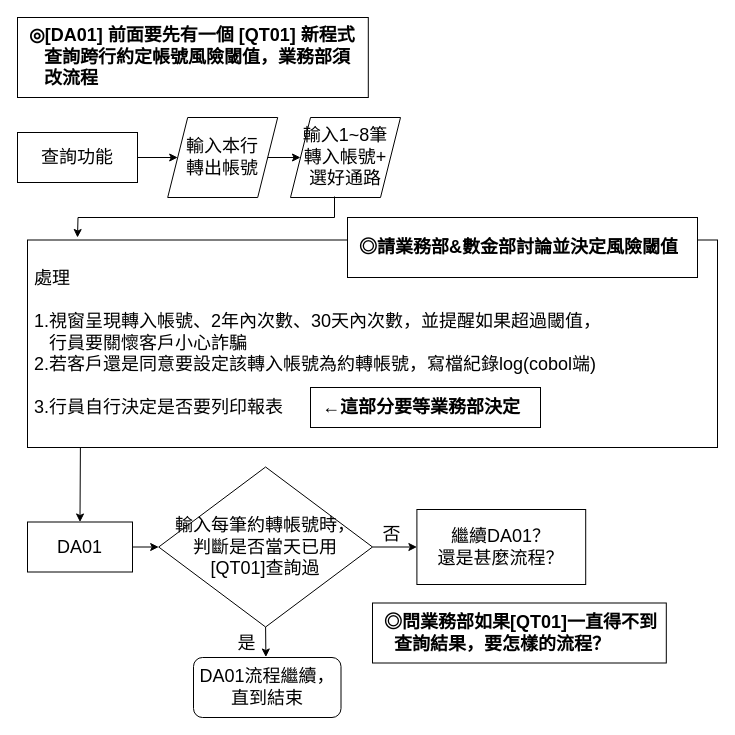
yeahyeah0606/yeahyeah0606.github.io keeps this draw.io diagram as page "查詢(新版)for業務部" (8 of 10) of 約轉灰名單架構.drawio. Above is the earlier version. Source tidied: cells renumbered, new cells numbered last; positions are measured from the earlier drawing's top-left corner, leaving out a move shared by most shapes. Both pictures are drawn from the tidied source at 100%, with x=0, y=0 at pixel (17, 17).
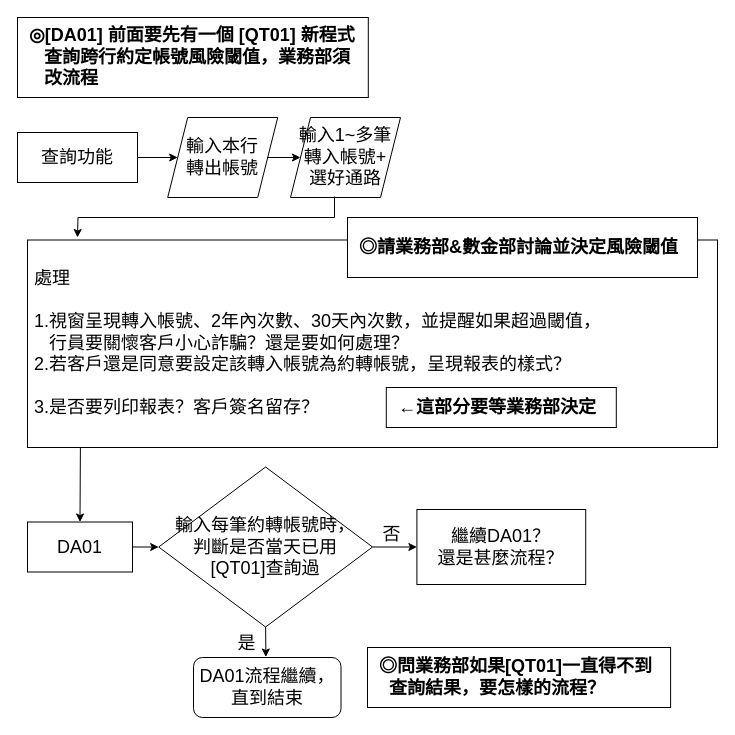
Above is the later version.

The edit, as a diff of the source:
```diff
@@
-    <mxCell id="3" value="&lt;font style=&quot;font-size: 18px;&quot;&gt;輸入1~8筆&lt;br&gt;轉入帳號+&lt;br&gt;選好通路&lt;/font&gt;" style="shape=parallelogram;perimeter=parallelogramPerimeter;whiteSpace=wrap;html=1;fixedSize=1;" parent="1" vertex="1">
+    <mxCell id="3" value="&lt;font style=&quot;font-size: 18px;&quot;&gt;輸入1~多筆&lt;br&gt;轉入帳號+&lt;br&gt;選好通路&lt;/font&gt;" style="shape=parallelogram;perimeter=parallelogramPerimeter;whiteSpace=wrap;html=1;fixedSize=1;" parent="1" vertex="1">
       <mxGeometry x="273" y="100" width="110" height="80" as="geometry" />
     </mxCell>
@@
-    <mxCell id="5" value="&lt;font style=&quot;font-size: 18px;&quot;&gt;&amp;nbsp;處理&amp;nbsp;&lt;br&gt;&lt;br&gt;&amp;nbsp;1.&lt;/font&gt;&lt;font style=&quot;font-size: 18px;&quot;&gt;視窗呈現轉入帳號、2年內次數、30天內次數，並提醒如果超過閾值，&lt;br&gt;&amp;nbsp; &amp;nbsp; 行員要關懷客戶小心詐騙&lt;br&gt;&amp;nbsp;2.若客戶還是同意要設定該轉入帳號為約轉帳號，寫檔紀錄log(cobol端)&lt;br&gt;&lt;br&gt;&amp;nbsp;3.行員自行決定是否要列印報表&lt;br&gt;&lt;/font&gt;" style="rounded=0;whiteSpace=wrap;html=1;align=left;" parent="1" vertex="1">
+    <mxCell id="5" value="&lt;font style=&quot;font-size: 18px;&quot;&gt;&amp;nbsp;處理&amp;nbsp;&lt;br&gt;&lt;br&gt;&amp;nbsp;1.&lt;/font&gt;&lt;font style=&quot;font-size: 18px;&quot;&gt;視窗呈現轉入帳號、2年內次數、30天內次數，並提醒如果超過閾值，&lt;br&gt;&amp;nbsp; &amp;nbsp; 行員要關懷客戶小心詐騙？還是要如何處理？&lt;br&gt;&amp;nbsp;2.若客戶還是同意要設定該轉入帳號為約轉帳號，呈現報表的樣式？&lt;br&gt;&lt;br&gt;&amp;nbsp;3.是否要列印報表？客戶簽名留存？&lt;br&gt;&lt;/font&gt;" style="rounded=0;whiteSpace=wrap;html=1;align=left;" parent="1" vertex="1">
       <mxGeometry x="10" y="222.5" width="690" height="207.5" as="geometry" />
     </mxCell>
@@
     <mxCell id="17" value="&lt;font style=&quot;&quot;&gt;&lt;b style=&quot;font-size: 18px;&quot;&gt;&amp;nbsp; ◎問&lt;/b&gt;&lt;b&gt;&lt;font style=&quot;font-size: 18px;&quot;&gt;業務部如果[QT01]一直得不到&lt;br&gt;&amp;nbsp; &amp;nbsp; 查詢結果，要怎樣的流程？&lt;/font&gt;&lt;/b&gt;&lt;br&gt;&lt;/font&gt;" style="rounded=0;whiteSpace=wrap;html=1;align=left;" parent="1" vertex="1">
-      <mxGeometry x="355" y="585.5" width="293.8" height="60" as="geometry" />
+      <mxGeometry x="350" y="630" width="303.1" height="60" as="geometry" />
     </mxCell>
@@
     <mxCell id="19" value="&lt;font style=&quot;font-size: 18px;&quot;&gt;&lt;b&gt;&amp;nbsp; ←這部分要等業務部決定&lt;/b&gt;&lt;/font&gt;" style="rounded=0;whiteSpace=wrap;html=1;align=left;" parent="1" vertex="1">
-      <mxGeometry x="293" y="370" width="230" height="40" as="geometry" />
+      <mxGeometry x="368.8" y="370" width="230" height="40" as="geometry" />
     </mxCell>
```
